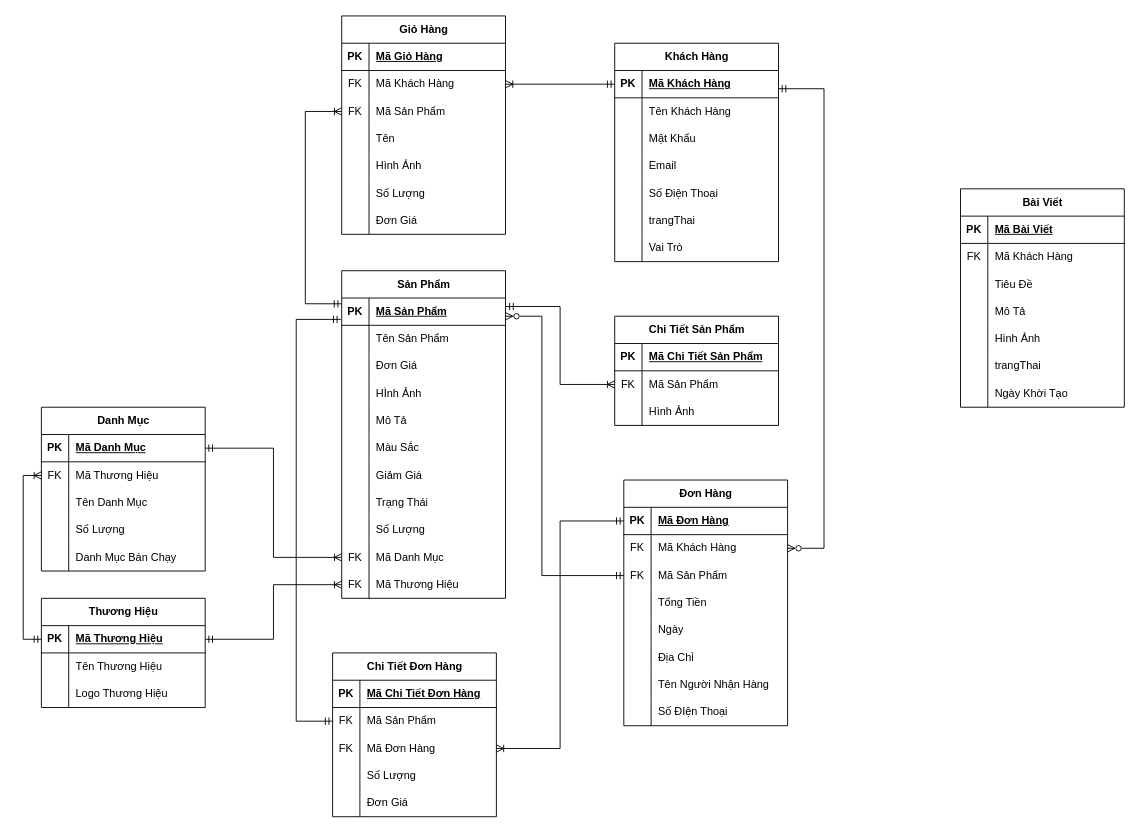
Earlier version of the draw.io diagram Untitled Diagram.drawio (Blion00/Blion00). Source tidied: cells renumbered, new cells numbered last; positions are measured from the earlier drawing's top-left corner, leaving out a move shared by most shapes. Both pictures are drawn from the tidied source at 91%, with x=0, y=0 at pixel (41, 15).
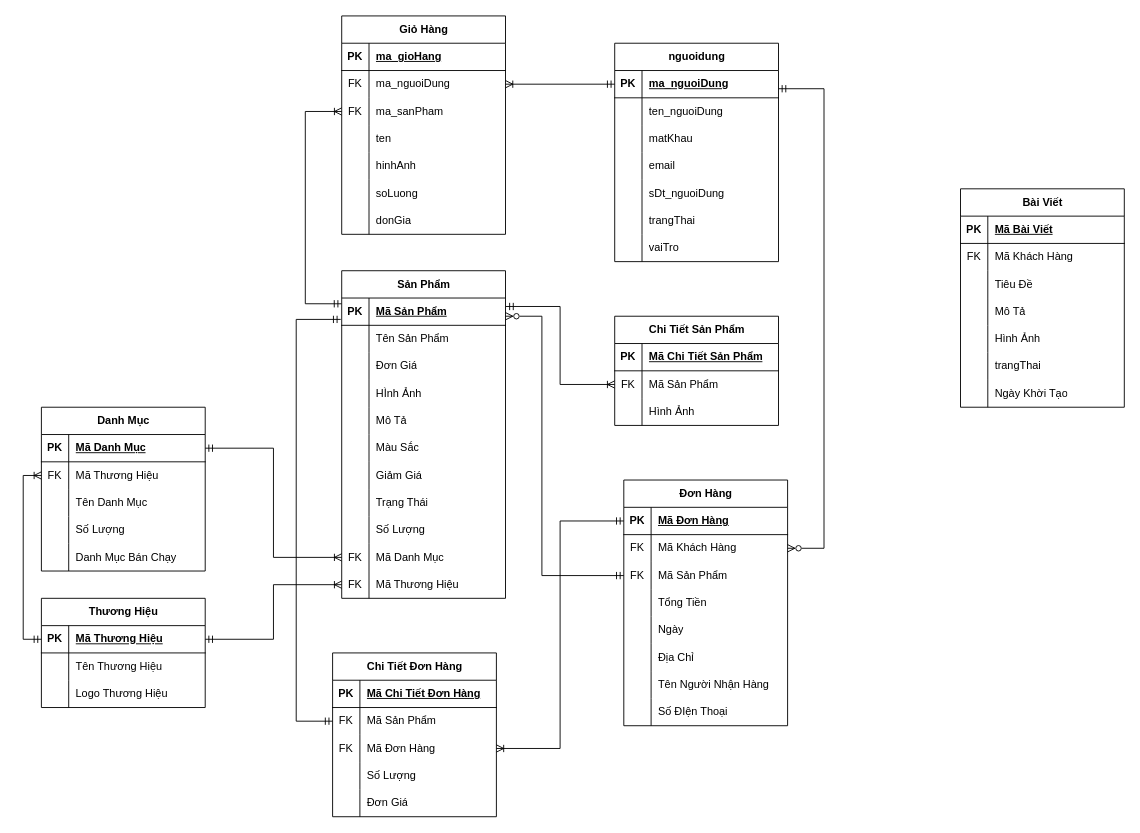
Above is the later version.

The change refers to these unchanged cells:
```xml
<mxCell id="69" style="shape=tableRow;horizontal=0;startSize=0;swimlaneHead=0;swimlaneBody=0;fillColor=none;points=[[0,0.5],[1,0.5]];portConstraint=eastwest;top=0;left=0;right=0;bottom=1;" parent="68" vertex="1">
  <mxGeometry y="30" width="180" height="30" as="geometry" />
</mxCell>
<mxCell id="72" style="shape=tableRow;horizontal=0;startSize=0;swimlaneHead=0;swimlaneBody=0;fillColor=none;top=0;left=0;right=0;bottom=0;" parent="68" vertex="1">
  <mxGeometry y="60" width="180" height="30" as="geometry" />
</mxCell>
<mxCell id="75" style="shape=tableRow;horizontal=0;startSize=0;swimlaneHead=0;swimlaneBody=0;fillColor=none;top=0;left=0;right=0;bottom=0;" parent="68" vertex="1">
  <mxGeometry y="90" width="180" height="30" as="geometry" />
</mxCell>
<mxCell id="78" style="shape=tableRow;horizontal=0;startSize=0;swimlaneHead=0;swimlaneBody=0;fillColor=none;top=0;left=0;right=0;bottom=0;" parent="68" vertex="1">
  <mxGeometry y="120" width="180" height="30" as="geometry" />
</mxCell>
<mxCell id="81" style="shape=tableRow;horizontal=0;startSize=0;swimlaneHead=0;swimlaneBody=0;fillColor=none;top=0;left=0;right=0;bottom=0;" parent="68" vertex="1">
  <mxGeometry y="150" width="180" height="30" as="geometry" />
</mxCell>
<mxCell id="87" style="shape=tableRow;horizontal=0;startSize=0;swimlaneHead=0;swimlaneBody=0;fillColor=none;top=0;left=0;right=0;bottom=0;" parent="68" vertex="1">
  <mxGeometry y="210" width="180" height="30" as="geometry" />
</mxCell>
<mxCell id="91" style="shape=tableRow;horizontal=0;startSize=0;swimlaneHead=0;swimlaneBody=0;fillColor=none;top=0;left=0;right=0;bottom=1;" parent="90" vertex="1">
  <mxGeometry y="30" width="180" height="30" as="geometry" />
</mxCell>
<mxCell id="94" style="shape=tableRow;horizontal=0;startSize=0;swimlaneHead=0;swimlaneBody=0;fillColor=none;points=[[0,0.5],[1,0.5]];portConstraint=eastwest;top=0;left=0;right=0;bottom=0;" parent="90" vertex="1">
  <mxGeometry y="60" width="180" height="30" as="geometry" />
</mxCell>
<mxCell id="97" style="shape=tableRow;horizontal=0;startSize=0;swimlaneHead=0;swimlaneBody=0;fillColor=none;points=[[0,0.5],[1,0.5]];portConstraint=eastwest;top=0;left=0;right=0;bottom=0;" parent="90" vertex="1">
  <mxGeometry y="90" width="180" height="30" as="geometry" />
</mxCell>
<mxCell id="100" style="shape=tableRow;horizontal=0;startSize=0;swimlaneHead=0;swimlaneBody=0;fillColor=none;top=0;left=0;right=0;bottom=0;" parent="90" vertex="1">
  <mxGeometry y="120" width="180" height="30" as="geometry" />
</mxCell>
<mxCell id="103" style="shape=tableRow;horizontal=0;startSize=0;swimlaneHead=0;swimlaneBody=0;fillColor=none;top=0;left=0;right=0;bottom=0;" parent="90" vertex="1">
  <mxGeometry y="150" width="180" height="30" as="geometry" />
</mxCell>
<mxCell id="106" style="shape=tableRow;horizontal=0;startSize=0;swimlaneHead=0;swimlaneBody=0;fillColor=none;top=0;left=0;right=0;bottom=0;" parent="90" vertex="1">
  <mxGeometry y="180" width="180" height="30" as="geometry" />
</mxCell>
<mxCell id="109" style="shape=tableRow;horizontal=0;startSize=0;swimlaneHead=0;swimlaneBody=0;fillColor=none;top=0;left=0;right=0;bottom=0;" parent="90" vertex="1">
  <mxGeometry y="210" width="180" height="30" as="geometry" />
</mxCell>
```

Change to the diagram source:
```diff
@@
-    <mxCell id="68" value="Khách Hàng" style="shape=table;startSize=30;childLayout=tableLayout;rowLines=0;fontStyle=1;align=center;html=1;" parent="1" vertex="1">
+    <mxCell id="68" value="nguoidung" style="shape=table;startSize=30;childLayout=tableLayout;rowLines=0;fontStyle=1;align=center;html=1;" parent="1" vertex="1">
       <mxGeometry x="630" y="30" width="180" height="240" as="geometry" />
     </mxCell>
@@
-    <mxCell id="71" value="Mã Khách Hàng" style="shape=partialRectangle;fillColor=none;top=0;left=0;bottom=0;right=0;align=left;spacingLeft=6;fontStyle=5;overflow=hidden;whiteSpace=wrap;html=1;" parent="69" vertex="1">
+    <mxCell id="71" value="ma_nguoiDung" style="shape=partialRectangle;fillColor=none;top=0;left=0;bottom=0;right=0;align=left;spacingLeft=6;fontStyle=5;overflow=hidden;whiteSpace=wrap;html=1;" parent="69" vertex="1">
       <mxGeometry x="30" width="150" height="30" as="geometry" />
     </mxCell>
@@
-    <mxCell id="74" value="Tên Khách Hàng" style="shape=partialRectangle;fillColor=none;top=0;left=0;bottom=0;right=0;align=left;spacingLeft=6;overflow=hidden;whiteSpace=wrap;html=1;" parent="72" vertex="1">
+    <mxCell id="74" value="ten_nguoiDung" style="shape=partialRectangle;fillColor=none;top=0;left=0;bottom=0;right=0;align=left;spacingLeft=6;overflow=hidden;whiteSpace=wrap;html=1;" parent="72" vertex="1">
       <mxGeometry x="30" width="150" height="30" as="geometry" />
     </mxCell>
@@
-    <mxCell id="77" value="Mật Khẩu" style="shape=partialRectangle;fillColor=none;top=0;left=0;bottom=0;right=0;align=left;spacingLeft=6;overflow=hidden;whiteSpace=wrap;html=1;" parent="75" vertex="1">
+    <mxCell id="77" value="matKhau" style="shape=partialRectangle;fillColor=none;top=0;left=0;bottom=0;right=0;align=left;spacingLeft=6;overflow=hidden;whiteSpace=wrap;html=1;" parent="75" vertex="1">
       <mxGeometry x="30" width="150" height="30" as="geometry" />
     </mxCell>
@@
-    <mxCell id="80" value="Email" style="shape=partialRectangle;fillColor=none;top=0;left=0;bottom=0;right=0;align=left;spacingLeft=6;overflow=hidden;whiteSpace=wrap;html=1;" parent="78" vertex="1">
+    <mxCell id="80" value="email" style="shape=partialRectangle;fillColor=none;top=0;left=0;bottom=0;right=0;align=left;spacingLeft=6;overflow=hidden;whiteSpace=wrap;html=1;" parent="78" vertex="1">
       <mxGeometry x="30" width="150" height="30" as="geometry" />
     </mxCell>
@@
-    <mxCell id="83" value="Số Điện Thoại" style="shape=partialRectangle;fillColor=none;top=0;left=0;bottom=0;right=0;align=left;spacingLeft=6;overflow=hidden;whiteSpace=wrap;html=1;" parent="81" vertex="1">
+    <mxCell id="83" value="sDt_nguoiDung" style="shape=partialRectangle;fillColor=none;top=0;left=0;bottom=0;right=0;align=left;spacingLeft=6;overflow=hidden;whiteSpace=wrap;html=1;" parent="81" vertex="1">
       <mxGeometry x="30" width="150" height="30" as="geometry" />
     </mxCell>
@@
-    <mxCell id="89" value="Vai Trò" style="shape=partialRectangle;fillColor=none;top=0;left=0;bottom=0;right=0;align=left;spacingLeft=6;overflow=hidden;whiteSpace=wrap;html=1;" parent="87" vertex="1">
+    <mxCell id="89" value="vaiTro" style="shape=partialRectangle;fillColor=none;top=0;left=0;bottom=0;right=0;align=left;spacingLeft=6;overflow=hidden;whiteSpace=wrap;html=1;" parent="87" vertex="1">
       <mxGeometry x="30" width="150" height="30" as="geometry" />
     </mxCell>
@@
-    <mxCell id="93" value="Mã Giỏ Hàng" style="shape=partialRectangle;fillColor=none;top=0;left=0;bottom=0;right=0;align=left;spacingLeft=6;fontStyle=5;overflow=hidden;whiteSpace=wrap;html=1;" parent="91" vertex="1">
+    <mxCell id="93" value="ma_gioHang" style="shape=partialRectangle;fillColor=none;top=0;left=0;bottom=0;right=0;align=left;spacingLeft=6;fontStyle=5;overflow=hidden;whiteSpace=wrap;html=1;" parent="91" vertex="1">
       <mxGeometry x="30" width="150" height="30" as="geometry" />
     </mxCell>
@@
-    <mxCell id="96" value="Mã Khách Hàng" style="shape=partialRectangle;fillColor=none;top=0;left=0;bottom=0;right=0;align=left;spacingLeft=6;overflow=hidden;whiteSpace=wrap;html=1;" parent="94" vertex="1">
+    <mxCell id="96" value="ma_nguoiDung" style="shape=partialRectangle;fillColor=none;top=0;left=0;bottom=0;right=0;align=left;spacingLeft=6;overflow=hidden;whiteSpace=wrap;html=1;" parent="94" vertex="1">
       <mxGeometry x="30" width="150" height="30" as="geometry" />
     </mxCell>
@@
-    <mxCell id="99" value="Mã Sản Phẩm" style="shape=partialRectangle;fillColor=none;top=0;left=0;bottom=0;right=0;align=left;spacingLeft=6;overflow=hidden;whiteSpace=wrap;html=1;" parent="97" vertex="1">
+    <mxCell id="99" value="ma_sanPham" style="shape=partialRectangle;fillColor=none;top=0;left=0;bottom=0;right=0;align=left;spacingLeft=6;overflow=hidden;whiteSpace=wrap;html=1;" parent="97" vertex="1">
       <mxGeometry x="30" width="150" height="30" as="geometry" />
     </mxCell>
@@
-    <mxCell id="102" value="Tên" style="shape=partialRectangle;fillColor=none;top=0;left=0;bottom=0;right=0;align=left;spacingLeft=6;overflow=hidden;whiteSpace=wrap;html=1;" parent="100" vertex="1">
+    <mxCell id="102" value="ten" style="shape=partialRectangle;fillColor=none;top=0;left=0;bottom=0;right=0;align=left;spacingLeft=6;overflow=hidden;whiteSpace=wrap;html=1;" parent="100" vertex="1">
       <mxGeometry x="30" width="150" height="30" as="geometry" />
     </mxCell>
@@
-    <mxCell id="105" value="Hình Ảnh" style="shape=partialRectangle;fillColor=none;top=0;left=0;bottom=0;right=0;align=left;spacingLeft=6;overflow=hidden;whiteSpace=wrap;html=1;" parent="103" vertex="1">
+    <mxCell id="105" value="hinhAnh" style="shape=partialRectangle;fillColor=none;top=0;left=0;bottom=0;right=0;align=left;spacingLeft=6;overflow=hidden;whiteSpace=wrap;html=1;" parent="103" vertex="1">
       <mxGeometry x="30" width="150" height="30" as="geometry" />
     </mxCell>
@@
-    <mxCell id="108" value="Số Lượng" style="shape=partialRectangle;fillColor=none;top=0;left=0;bottom=0;right=0;align=left;spacingLeft=6;overflow=hidden;whiteSpace=wrap;html=1;" parent="106" vertex="1">
+    <mxCell id="108" value="soLuong" style="shape=partialRectangle;fillColor=none;top=0;left=0;bottom=0;right=0;align=left;spacingLeft=6;overflow=hidden;whiteSpace=wrap;html=1;" parent="106" vertex="1">
       <mxGeometry x="30" width="150" height="30" as="geometry" />
     </mxCell>
@@
-    <mxCell id="111" value="Đơn Giá" style="shape=partialRectangle;fillColor=none;top=0;left=0;bottom=0;right=0;align=left;spacingLeft=6;overflow=hidden;whiteSpace=wrap;html=1;" parent="109" vertex="1">
+    <mxCell id="111" value="donGia" style="shape=partialRectangle;fillColor=none;top=0;left=0;bottom=0;right=0;align=left;spacingLeft=6;overflow=hidden;whiteSpace=wrap;html=1;" parent="109" vertex="1">
       <mxGeometry x="30" width="150" height="30" as="geometry" />
     </mxCell>
```
